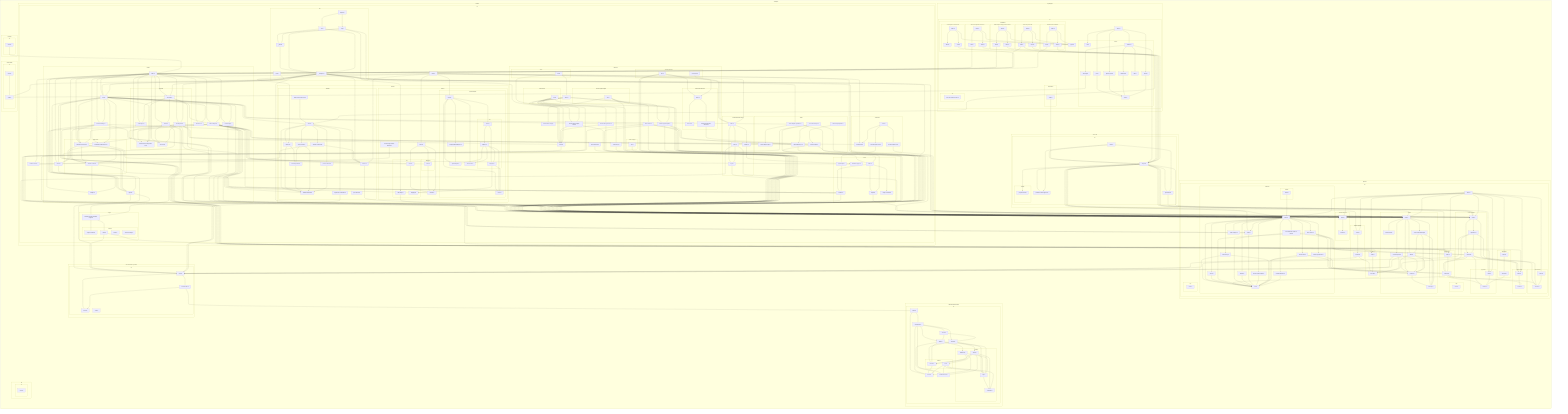
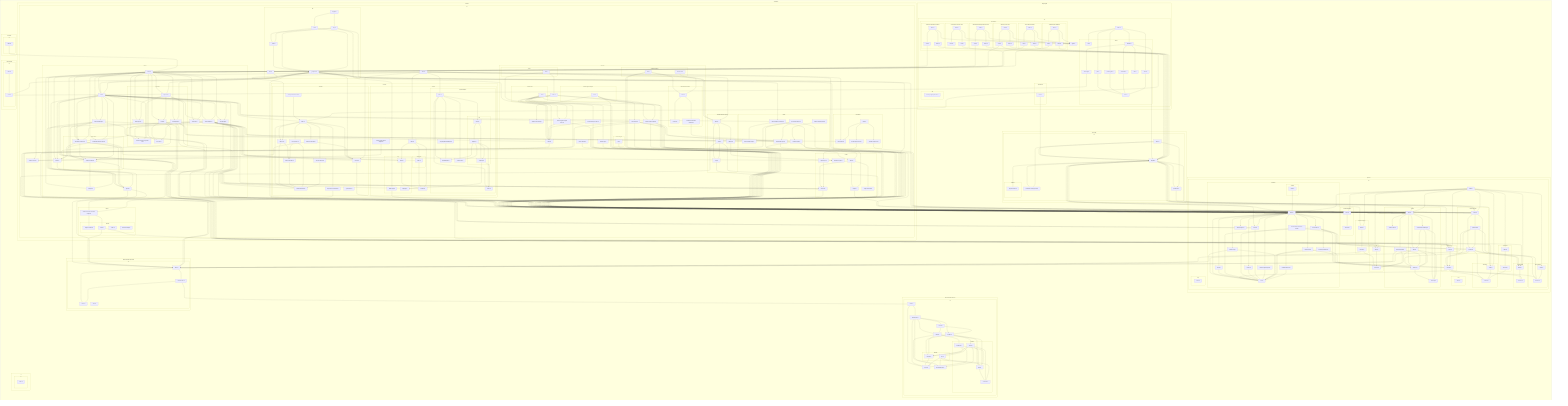
flowchart LR

subgraph 0["packages"]
subgraph 1["cli"]
subgraph 2["src"]
3["index.ts"]
end
end
subgraph 4["client-sdk"]
subgraph 5["src"]
6["firegrid.ts"]
subgraph 7["internal"]
8["projection-wait.ts"]
end
9["operations.ts"]
U["permission-auto-approve.ts"]
25["index.ts"]
end
end
subgraph A["protocol"]
subgraph B["src"]
subgraph C["session-facade"]
D["index.ts"]
H["operations.ts"]
Q["schema.ts"]
end
subgraph E["agent-output"]
F["index.ts"]
G["schema.ts"]
end
subgraph I["agent-tools"]
J["schema.ts"]
V["index.ts"]
end
subgraph K["channels"]
L["core.ts"]
W["index.ts"]
X["event.ts"]
Y["host-control.ts"]
Z["host-sessions-create-or-load.ts"]
10["human.ts"]
11["router.ts"]
12["session-agent-output.ts"]
13["session-log.ts"]
1Q["session-permission.ts"]
1R["session-self.ts"]
1S["state-changes.ts"]
1T["verified-webhook.ts"]
subgraph 47["human"]
48["index.ts"]
end
end
subgraph M["observations"]
N["schema.ts"]
4A["index.ts"]
end
subgraph O["projection"]
P["schema.ts"]
21["index.ts"]
end
subgraph R["launch"]
S["schema.ts"]
T["authority.ts"]
1U["index.ts"]
1V["control-request.ts"]
1Y["host-context-authority.ts"]
1Z["table.ts"]
20["runtime-start.ts"]
end
subgraph 1W["otel"]
1X["row-otel.ts"]
2O["index.ts"]
end
subgraph 22["runtime-ingress"]
23["index.ts"]
24["schema.ts"]
end
subgraph 45["acp"]
46["index.ts"]
end
49["index.ts"]
subgraph 4B["operations"]
4C["index.ts"]
4D["schema.ts"]
end
subgraph 4E["verified-webhook"]
4F["index.ts"]
4G["schema.ts"]
end
subgraph 4H["mcp"]
4I["index.ts"]
end
end
end
subgraph 14["effect-durable-operators"]
subgraph 15["src"]
16["index.ts"]
17["DurableTable.ts"]
18["Errors.ts"]
26["react.ts"]
end
end
subgraph 19["effect-durable-streams"]
subgraph 1A["src"]
1B["index.ts"]
1C["errors.ts"]
1D["namespace.ts"]
1E["Bound.ts"]
1F["Reader.ts"]
subgraph 1G["internal"]
1H["schema.ts"]
1N["sse.ts"]
end
subgraph 1I["protocol"]
1J["Http.ts"]
1K["constants.ts"]
1L["Read.ts"]
1P["Producer.ts"]
end
1M["DurableStream.ts"]
1O["Writer.ts"]
end
end
subgraph 27["host-sdk"]
subgraph 28["src"]
29["index.ts"]
end
end
subgraph 2A["runtime"]
subgraph 2B["src"]
subgraph 2C["unified"]
2D["index.ts"]
2E["adapter.ts"]
2F["channel-bindings.ts"]
2I["signal.ts"]
subgraph 2P["subscribers"]
2Q["permission-and-tool.ts"]
2S["runtime-context.ts"]
3R["scheduled-webhook-peer.ts"]
end
2R["tables.ts"]
2T["codec-adapter.ts"]
subgraph 36["mcp-host"]
37["runtime-context-mcp-base-url.ts"]
3T["mcp-host.ts"]
3U["toolkit-layer.ts"]
3V["toolkit.ts"]
3W["tool-error.ts"]
3X["tool-dispatch.ts"]
end
38["host-identity.ts"]
39["host.ts"]
3M["observers.ts"]
end
subgraph 2G["events"]
2H["contract.ts"]
3O["index.ts"]
3P["output.ts"]
3Q["stage-contracts.ts"]
3S["webhook-crypto.ts"]
5K["agent-input.ts"]
end
subgraph 2J["engine"]
2K["durable-streams-workflow-engine.ts"]
subgraph 2L["internal"]
2M["engine-runtime.ts"]
2N["table.ts"]
5I["codec.ts"]
5J["contract-activity.ts"]
end
end
subgraph 2U["sources"]
subgraph 2V["codecs"]
subgraph 2W["acp"]
2X["index.ts"]
4N["stdio-edge.ts"]
5V["mapping.ts"]
end
2Y["contract.ts"]
subgraph 2Z["stdio-jsonl"]
30["index.ts"]
end
subgraph 5M["agent-adapters"]
5N["index.ts"]
subgraph 5O["acp"]
5P["index.ts"]
5Q["adapter.ts"]
5U["mapping.ts"]
end
5R["AgentAdapter.ts"]
5S["current-turn.ts"]
5T["errors.ts"]
5W["LanguageModelAdapter.ts"]
end
5X["index.ts"]
5Y["session-byte-stream-adapter.ts"]
end
subgraph 31["sandbox"]
32["SandboxProvider.ts"]
33["secrets.ts"]
3D["index.ts"]
3E["effect-ai.ts"]
3F["internal-provider.ts"]
3G["local-process.ts"]
3H["process-stream.ts"]
3I["runtime-command.ts"]
3K["supervisor-commands.ts"]
5Z["byte-stream.ts"]
60["local-process-from-env.ts"]
end
end
subgraph 34["tables"]
35["codec-adapter-tags.ts"]
3C["output-table-layer.ts"]
3L["codec-adapter-providers.ts"]
3N["runtime-output.ts"]
61["per-context-output.ts"]
62["runtime-output-public.ts"]
end
subgraph 3A["channels"]
3B["host-control.ts"]
3Y["router.ts"]
4R["event-channel.ts"]
4S["index.ts"]
4T["session-agent-output-route.ts"]
4U["session-agent-output.ts"]
4V["session-lifecycle-route.ts"]
4W["session-log.ts"]
subgraph 4X["observation-streams"]
4Y["index.ts"]
4Z["runtime-observation-streams.ts"]
50["sources.ts"]
end
subgraph 51["router"]
52["live.ts"]
end
53["runtime-host-config.ts"]
subgraph 54["session-agent-output"]
55["live.ts"]
end
subgraph 56["session-self"]
57["live.ts"]
end
subgraph 58["state-changes"]
59["live.ts"]
end
subgraph 5A["verified-webhook"]
5B["live.ts"]
5H["source-live.ts"]
end
end
3J["runtime-errors.ts"]
subgraph 3Z["transforms"]
40["field-equals.ts"]
63["decode-ingress-row.ts"]
64["decode-output-row.ts"]
65["index.ts"]
end
subgraph 4J["bin"]
4K["_compose.ts"]
4L["_main.ts"]
4M["acp.ts"]
4O["firegrid.ts"]
4P["run.ts"]
4Q["host.ts"]
end
subgraph 5C["verified-webhook-ingest"]
5D["index.ts"]
5E["adapter.ts"]
5F["keys.ts"]
5G["table.ts"]
end
5L["index.ts"]
end
end
subgraph 41["observability"]
subgraph 42["src"]
43["index.ts"]
44["node.ts"]
end
end
subgraph 66["tiny-firegrid"]
subgraph 67["src"]
subgraph 68["bin"]
69["fake-acp-agent-process.ts"]
end
subgraph 6A["experiment"]
6B["index.ts"]
end
6C["index.ts"]
subgraph 6D["runner"]
6E["list.ts"]
6F["perf.ts"]
6G["trace.ts"]
6H["phase1-gate.ts"]
6I["runtime.ts"]
6J["heartbeat.ts"]
6K["side.ts"]
6L["telemetry.ts"]
6M["show.ts"]
end
subgraph 6N["simulations"]
subgraph 6O["channel-completion-contracts"]
6P["driver.ts"]
6Q["host.ts"]
6R["index.ts"]
end
subgraph 6T["child-output-existing-channel-router"]
6U["driver.ts"]
6V["host.ts"]
6W["index.ts"]
end
subgraph 6X["codex-acp-tool-calls"]
6Y["driver.ts"]
6Z["host.ts"]
70["index.ts"]
end
- subgraph 71["control-plane-cancel-close"]
+ subgraph 71["comp-derisk-ordering"]
72["driver.ts"]
73["host.ts"]
74["index.ts"]
end
- subgraph 75["unified-kernel-validation"]
+ subgraph 75["control-plane-cancel-close"]
76["driver.ts"]
77["host.ts"]
78["index.ts"]
+ end
+ subgraph 79["unified-kernel-validation"]
+ 7A["driver.ts"]
+ 7B["host.ts"]
+ 7C["index.ts"]
end
end
6S["types.ts"]
end
end
end
6-->8
6-->9
6-->U
6-->V
6-->W
6-->11
6-->1U
6-->21
6-->23
6-->D
9-->D
D-->F
D-->H
D-->Q
F-->G
H-->J
H-->L
H-->N
H-->Q
J-->G
J-->L
J-->N
J-->P
Q-->F
Q-->J
Q-->S
Q-->N
Q-->P
S-->T
V-->J
W-->L
W-->X
W-->Y
W-->Z
W-->10
W-->11
W-->12
W-->13
W-->1Q
W-->1R
W-->1S
W-->1T
X-->L
Y-->J
Y-->S
Y-->Q
Y-->L
Z-->Q
Z-->L
10-->L
11-->L
12-->L
13-->L
13-->16
16-->17
16-->18
17-->18
17-->1B
1B-->1C
1B-->1D
1D-->1E
1D-->1M
1D-->1C
1D-->1F
1D-->1O
1E-->1F
1E-->1O
1F-->1H
1F-->1J
1F-->1L
1H-->1C
1J-->1K
1L-->1M
1L-->1H
1L-->1N
1L-->1K
1L-->1J
1N-->1M
1N-->1C
1N-->1K
1N-->1J
1O-->1C
1O-->1H
1O-->1J
1O-->1P
1P-->1C
1P-->1H
1P-->1J
1Q-->J
1Q-->L
1R-->S
1R-->L
1T-->L
1U-->T
1U-->1V
1U-->1Y
1U-->20
1U-->S
1U-->1Z
1V-->1X
1V-->S
1V-->16
1Y-->T
1Y-->S
1Y-->1Z
1Z-->1X
1Z-->T
1Z-->S
1Z-->16
21-->P
23-->24
24-->1X
24-->16
25-->6
25-->9
25-->U
29-->2D
2D-->2E
2D-->2F
2D-->2T
2D-->38
2D-->39
2D-->3T
2D-->37
2D-->3X
2D-->3W
2D-->3U
2D-->3V
2D-->3M
2D-->2I
2D-->2Q
2D-->2S
2D-->3R
2D-->2R
2F-->2H
2F-->2I
2F-->2Q
2F-->2S
2F-->V
2F-->W
2H-->F
2I-->2K
2I-->16
2K-->2M
2K-->2N
2N-->2O
2N-->16
2O-->1X
2Q-->2H
2Q-->2I
2Q-->2R
2Q-->2S
2R-->16
2S-->2E
2S-->2I
2T-->2H
2T-->2X
2T-->2Y
2T-->30
2T-->32
2T-->33
2T-->35
2T-->2E
2T-->37
2T-->1U
2T-->D
2X-->2Y
30-->2Y
33-->1U
38-->1U
39-->3B
39-->2K
39-->3D
39-->3L
39-->2F
39-->2T
39-->38
39-->37
39-->3M
39-->2I
39-->2Q
39-->2S
39-->3R
39-->2R
39-->1U
3B-->3C
3B-->W
3B-->1U
3B-->D
3C-->1U
3D-->3E
3D-->3G
3D-->3H
3D-->3I
3D-->32
3D-->33
3D-->3K
3E-->3F
3E-->32
3F-->32
3G-->3F
3G-->32
3H-->32
3I-->3J
3I-->33
3K-->16
3L-->35
3L-->1U
3M-->3N
3M-->2Q
3N-->3O
3N-->1U
3O-->2H
3O-->3P
3O-->3Q
3P-->D
3R-->3S
3R-->2R
3T-->2T
3T-->37
3T-->3U
3T-->3V
3T-->1U
3V-->3W
3V-->V
3V-->21
3X-->3Y
3X-->40
3X-->2Q
3X-->3W
3X-->V
3X-->W
3Y-->11
43-->44
48-->W
49-->F
49-->V
49-->W
49-->1U
49-->4A
49-->4C
49-->2O
49-->21
49-->23
49-->D
49-->4F
4A-->N
4C-->4D
4D-->P
4F-->4G
4K-->3Y
4K-->33
4K-->3L
4K-->39
4K-->3T
4K-->3X
4K-->44
4K-->W
4K-->1U
4K-->D
4L-->4K
4M-->4N
4M-->4K
4M-->4L
4M-->1U
4N-->W
4O-->4M
4O-->4P
4P-->4K
4P-->4L
4Q-->39
4R-->W
4S-->3B
4S-->3Y
4S-->4T
4S-->4U
4S-->4V
4S-->4W
4T-->3Y
4T-->W
4U-->3C
4U-->W
4U-->1U
4U-->D
4V-->3Y
4V-->W
4W-->W
4Y-->4Z
4Y-->50
4Z-->3N
52-->4S
52-->11
55-->53
55-->4U
55-->W
55-->1U
57-->3Y
57-->4T
57-->W
57-->1U
59-->W
5B-->5D
5B-->4Y
5B-->W
5B-->4F
5D-->5E
5D-->5F
5D-->5G
5E-->3S
5F-->4F
5G-->5F
5G-->4F
5G-->16
5H-->5D
5K-->2H
5L-->4Y
5L-->3P
5L-->3J
5L-->5N
5L-->5X
5L-->3E
5L-->33
5L-->40
5L-->5D
5N-->5P
5N-->5R
5N-->5S
5N-->5T
5N-->5W
5P-->5Q
5P-->5U
5Q-->5R
5Q-->5S
5Q-->5T
5Q-->5U
5U-->5V
5U-->5T
5W-->5R
5X-->2X
5X-->2Y
5X-->30
5Y-->3J
60-->3D
61-->3O
61-->3C
61-->1U
61-->2O
62-->3N
63-->5K
64-->D
65-->63
65-->64
65-->40
6B-->6
6C-->6E
6C-->6F
6C-->6H
6C-->6I
6C-->6M
6F-->6G
6H-->6G
6I-->6J
6I-->6K
6I-->6L
6I-->6
6J-->6G
6L-->44
6M-->6G
6P-->6
6Q-->2D
6R-->6S
6R-->6P
6R-->6Q
6U-->6
6V-->2D
6W-->6S
6W-->6U
6W-->6V
6Y-->6
6Z-->3D
6Z-->2D
70-->6S
70-->6Y
70-->6Z
+ 72-->6
73-->2D
74-->6S
74-->72
74-->73
- 76-->6
77-->2D
78-->6S
78-->76
78-->77
+ 7A-->6
+ 7B-->2D
+ 7C-->6S
+ 7C-->7A
+ 7C-->7B
